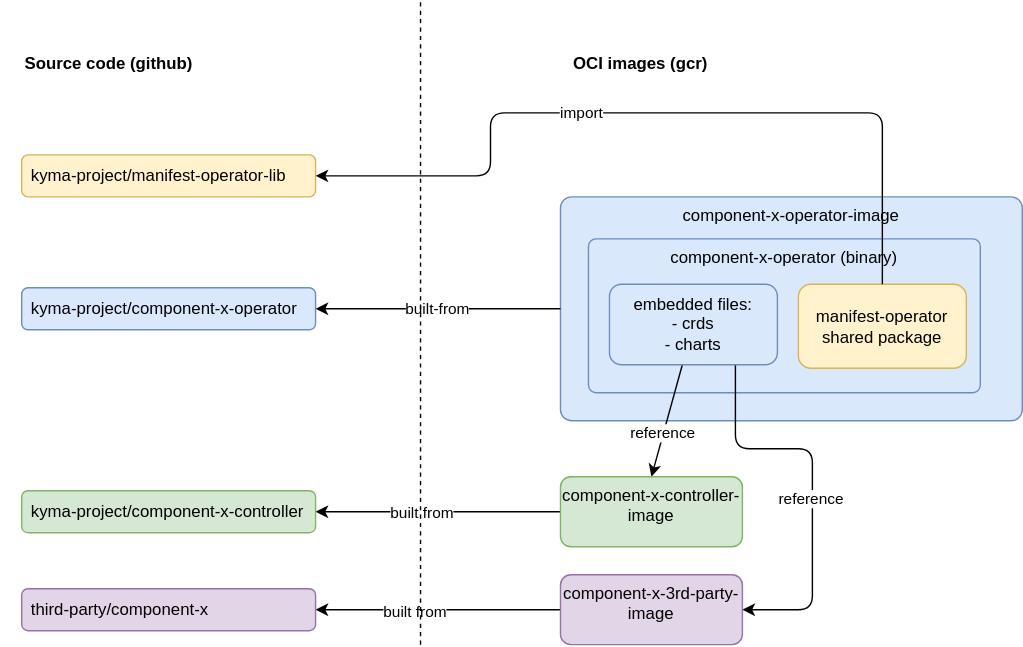
The draw.io diagram concepts/modularization/assets/modularization.drawio.svg in kyma-project/community, before a commit. Source tidied: cells renumbered, new cells last; positions are measured from the earlier drawing's top-left corner, leaving out a move shared by most shapes.
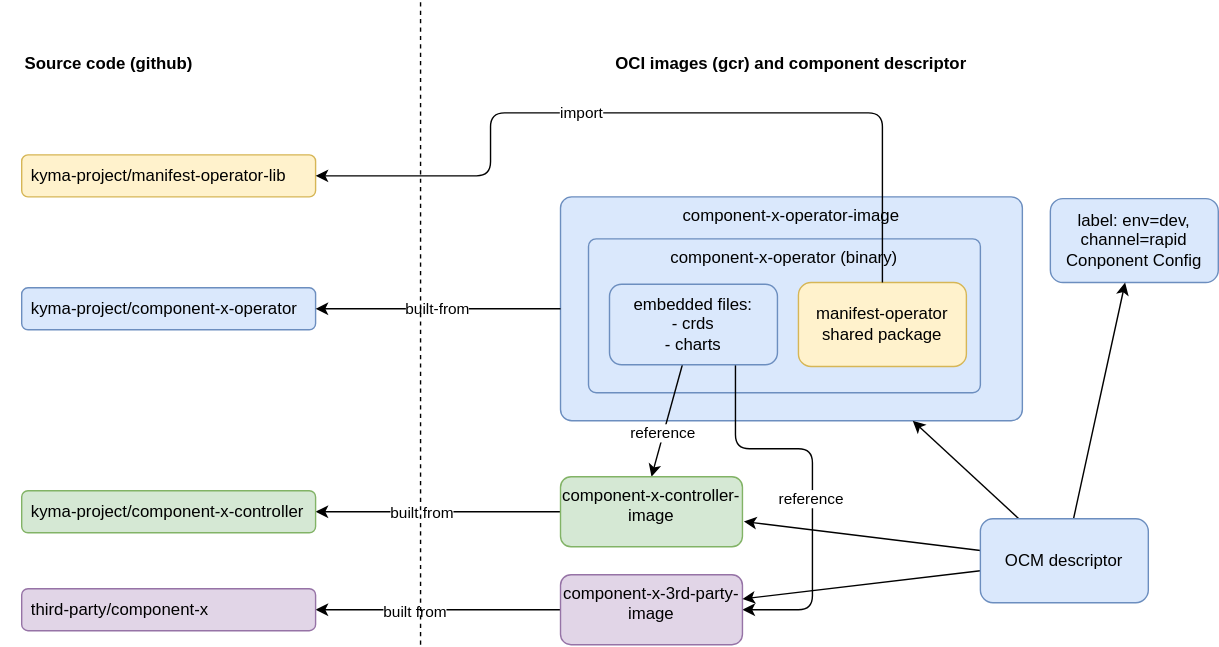
The same file after the commit.

Commit message:
Add OLM to concept

The edit, as a diff of the source:
```diff
@@ -2,21 +2,21 @@
   <root>
     <mxCell id="0" />
     <mxCell id="1" parent="0" />
-    <mxCell id="2" value="component-x-operator-image" style="rounded=1;whiteSpace=wrap;html=1;verticalAlign=top;arcSize=5;fillColor=#dae8fc;strokeColor=#6c8ebf;" parent="1" vertex="1">
-      <mxGeometry x="400" y="140" width="330" height="160" as="geometry" />
-    </mxCell>
+    <mxCell id="11" value="component-x-operator-image" style="rounded=1;whiteSpace=wrap;html=1;verticalAlign=top;arcSize=5;fillColor=#dae8fc;strokeColor=#6c8ebf;" parent="1" vertex="1">
+      <mxGeometry x="400" y="140" width="330" height="160" as="geometry" />
+    </mxCell>
     <mxCell id="3" value="component-x-operator (binary)" style="rounded=1;whiteSpace=wrap;html=1;verticalAlign=top;arcSize=5;fillColor=#dae8fc;strokeColor=#6c8ebf;" parent="1" vertex="1">
       <mxGeometry x="420" y="170" width="280" height="110" as="geometry" />
     </mxCell>
     <mxCell id="4" value="manifest-operator shared package" style="rounded=1;whiteSpace=wrap;html=1;fillColor=#fff2cc;strokeColor=#d6b656;" parent="1" vertex="1">
-      <mxGeometry x="570" y="202.5" width="120" height="60" as="geometry" />
+      <mxGeometry x="570" y="201.2" width="120" height="60" as="geometry" />
     </mxCell>
     <mxCell id="5" style="edgeStyle=none;html=1;entryX=0.5;entryY=0;entryDx=0;entryDy=0;" parent="1" edge="1" source="9" target="15">
       <mxGeometry relative="1" as="geometry" />
     </mxCell>
-    <mxCell id="6" value="reference" style="edgeLabel;html=1;align=center;verticalAlign=middle;" parent="5" vertex="1">
-      <mxGeometry x="0.23" y="-1" relative="1" as="geometry" />
-    </mxCell>
+    <mxCell id="26" value="reference" style="edgeLabel;html=1;align=center;verticalAlign=middle;" parent="5" vertex="1">
+      <mxGeometry x="0.23" y="-1" relative="1" as="geometry" />
+    </mxCell>
     <mxCell id="7" style="edgeStyle=orthogonalEdgeStyle;html=1;exitX=0.75;exitY=1;exitDx=0;exitDy=0;entryX=1;entryY=0.5;entryDx=0;entryDy=0;" parent="1" edge="1" source="9" target="12">
       <mxGeometry relative="1" as="geometry">
         <Array as="points">
@@ -26,18 +26,18 @@
         </Array>
       </mxGeometry>
     </mxCell>
-    <mxCell id="8" value="reference" style="edgeLabel;html=1;align=center;verticalAlign=middle;" parent="7" vertex="1">
-      <mxGeometry x="0.07" y="-2" relative="1" as="geometry" />
-    </mxCell>
+    <mxCell id="27" value="reference" style="edgeLabel;html=1;align=center;verticalAlign=middle;" parent="7" vertex="1">
+      <mxGeometry x="0.07" y="-2" relative="1" as="geometry" />
+    </mxCell>
     <mxCell id="9" value="embedded files:&lt;br&gt;- crds&lt;br&gt;- charts" style="rounded=1;whiteSpace=wrap;html=1;fillColor=#dae8fc;strokeColor=#6c8ebf;" parent="1" vertex="1">
       <mxGeometry x="435" y="202.5" width="120" height="57.5" as="geometry" />
     </mxCell>
     <mxCell id="10" style="edgeStyle=orthogonalEdgeStyle;html=1;entryX=1;entryY=0.5;entryDx=0;entryDy=0;" parent="1" edge="1" source="12" target="18">
       <mxGeometry relative="1" as="geometry" />
     </mxCell>
-    <mxCell id="11" value="built from" style="edgeLabel;html=1;align=center;verticalAlign=middle;points=[];" parent="10" vertex="1">
-      <mxGeometry x="0.2" y="1" relative="1" as="geometry" />
-    </mxCell>
+    <mxCell id="28" value="built from" style="edgeLabel;html=1;align=center;verticalAlign=middle;" parent="10" vertex="1">
+      <mxGeometry x="0.2" y="1" relative="1" as="geometry" />
+    </mxCell>
     <mxCell id="12" value="component-x-3rd-party-image" style="rounded=1;whiteSpace=wrap;html=1;verticalAlign=top;fillColor=#e1d5e7;strokeColor=#9673a6;" parent="1" vertex="1">
       <mxGeometry x="400" y="410" width="130" height="50" as="geometry" />
     </mxCell>
@@ -48,11 +48,11 @@
         </Array>
       </mxGeometry>
     </mxCell>
-    <mxCell id="14" value="built from" style="edgeLabel;html=1;align=center;verticalAlign=middle;" parent="13" vertex="1">
-      <mxGeometry x="0.23" y="1" relative="1" as="geometry">
-        <mxPoint x="8" y="-1" as="offset" />
-      </mxGeometry>
-    </mxCell>
+    <mxCell id="29" value="built from" style="edgeLabel;html=1;align=center;verticalAlign=middle;" parent="13" vertex="1">
+      <mxGeometry x="0.23" y="1" relative="1" as="geometry">
+        <mxPoint x="8" y="-1" as="offset" />
+      </mxGeometry>
+    </mxCell>
     <mxCell id="15" value="component-x-controller-image" style="rounded=1;whiteSpace=wrap;html=1;verticalAlign=top;fillColor=#d5e8d4;strokeColor=#82b366;" parent="1" vertex="1">
       <mxGeometry x="400" y="340" width="130" height="50" as="geometry" />
     </mxCell>
@@ -80,20 +80,38 @@
     <mxCell id="21" value="import" style="edgeLabel;html=1;align=center;verticalAlign=middle;" parent="20" vertex="1">
       <mxGeometry x="0.18" y="-1" relative="1" as="geometry" />
     </mxCell>
-    <mxCell id="22" value="built-from" style="edgeStyle=orthogonalEdgeStyle;html=1;entryX=1;entryY=0.5;entryDx=0;entryDy=0;exitX=0;exitY=0.5;exitDx=0;exitDy=0;" parent="1" edge="1" source="2" target="16">
+    <mxCell id="22" value="built-from" style="edgeStyle=orthogonalEdgeStyle;html=1;entryX=1;entryY=0.5;entryDx=0;entryDy=0;exitX=0;exitY=0.5;exitDx=0;exitDy=0;" parent="1" edge="1" source="11" target="16">
       <mxGeometry relative="1" as="geometry" />
     </mxCell>
     <mxCell id="23" value="Source code (github)" style="text;html=1;strokeColor=none;fillColor=none;align=center;verticalAlign=middle;whiteSpace=wrap;rounded=0;fontStyle=1;" parent="1" vertex="1">
       <mxGeometry y="30" width="155" height="30" as="geometry" />
     </mxCell>
-    <mxCell id="24" value="OCI images (gcr)" style="text;html=1;strokeColor=none;fillColor=none;align=center;verticalAlign=middle;whiteSpace=wrap;rounded=0;fontStyle=1;" parent="1" vertex="1">
-      <mxGeometry x="380" y="30" width="155" height="30" as="geometry" />
-    </mxCell>
-    <mxCell id="25" style="endArrow=none;dashed=1;html=1;" parent="1" edge="1">
-      <mxGeometry relative="1" as="geometry">
-        <mxPoint x="300" y="460" as="sourcePoint" />
-        <mxPoint x="300" as="targetPoint" />
-      </mxGeometry>
-    </mxCell>
+    <mxCell id="30" value="OCI images (gcr) and component descriptor" style="text;html=1;strokeColor=none;fillColor=none;align=center;verticalAlign=middle;whiteSpace=wrap;rounded=0;fontStyle=1;" parent="1" vertex="1">
+      <mxGeometry x="380" y="30" width="370" height="30" as="geometry" />
+    </mxCell>
+    <mxCell id="31" style="endArrow=none;dashed=1;html=1;" parent="1" edge="1">
+      <mxGeometry relative="1" as="geometry">
+        <mxPoint x="300" y="460" as="sourcePoint" />
+        <mxPoint x="300" as="targetPoint" />
+      </mxGeometry>
+    </mxCell>
+    <mxCell id="32" value="label: env=dev, channel=rapid&lt;br&gt;Conponent Config" style="rounded=1;whiteSpace=wrap;html=1;fillColor=#dae8fc;strokeColor=#6c8ebf;" parent="1" vertex="1">
+      <mxGeometry x="750" y="141.2" width="120" height="60" as="geometry" />
+    </mxCell>
+    <mxCell id="33" style="edgeStyle=none;html=1;" parent="1" edge="1" source="37" target="11">
+      <mxGeometry relative="1" as="geometry" />
+    </mxCell>
+    <mxCell id="34" style="edgeStyle=none;html=1;" parent="1" edge="1" source="37" target="32">
+      <mxGeometry relative="1" as="geometry" />
+    </mxCell>
+    <mxCell id="35" style="edgeStyle=none;html=1;entryX=1.008;entryY=0.64;entryDx=0;entryDy=0;entryPerimeter=0;" parent="1" edge="1" source="37" target="15">
+      <mxGeometry relative="1" as="geometry" />
+    </mxCell>
+    <mxCell id="36" style="edgeStyle=none;html=1;" parent="1" edge="1" source="37" target="12">
+      <mxGeometry relative="1" as="geometry" />
+    </mxCell>
+    <mxCell id="37" value="OCM descriptor" style="rounded=1;whiteSpace=wrap;html=1;fillColor=#dae8fc;strokeColor=#6c8ebf;" parent="1" vertex="1">
+      <mxGeometry x="700" y="370" width="120" height="60" as="geometry" />
+    </mxCell>
   </root>
 </mxGraphModel>
```
